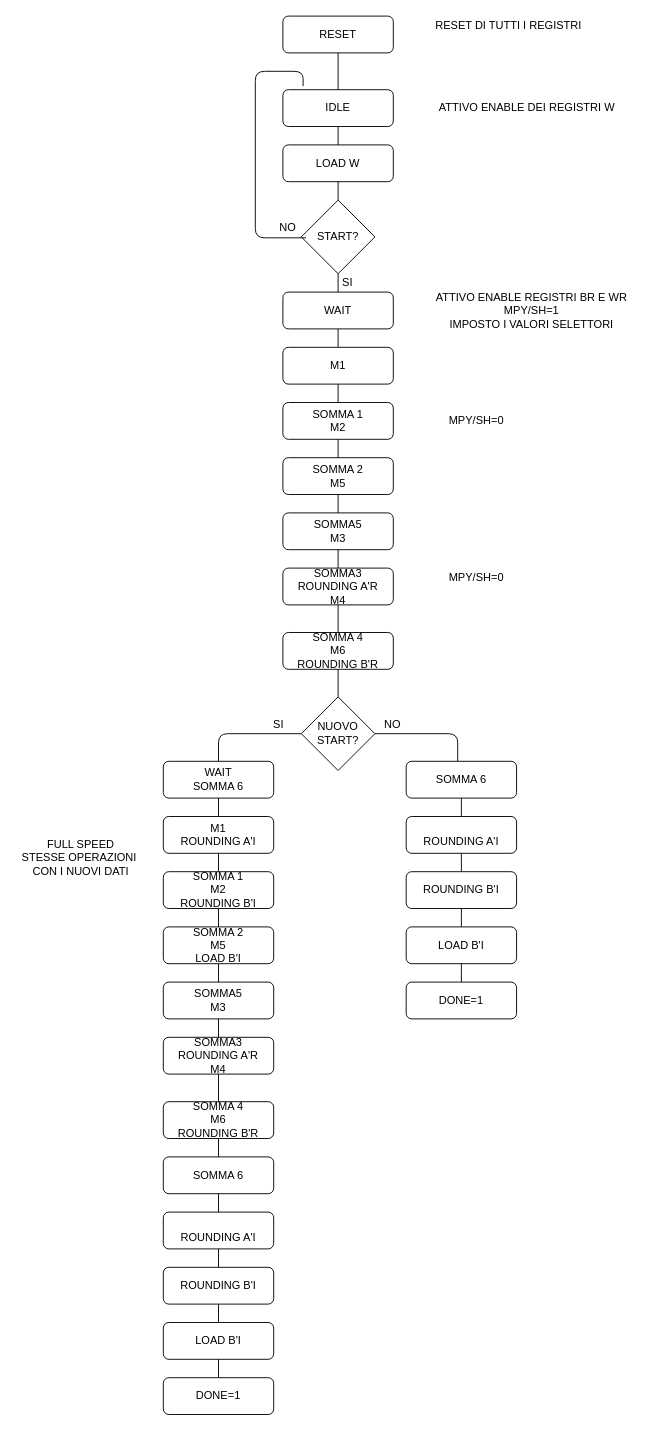
Before: butterfly/drawio/pallogramma butterfly.drawio in wackozz/SDI_20_21, a draw.io diagram. Source tidied: cells renumbered, new cells numbered last; positions are measured from the earlier drawing's top-left corner, leaving out a move shared by most shapes. Both pictures are drawn from the tidied source at 92%, with x=0, y=0 at pixel (16, 16).
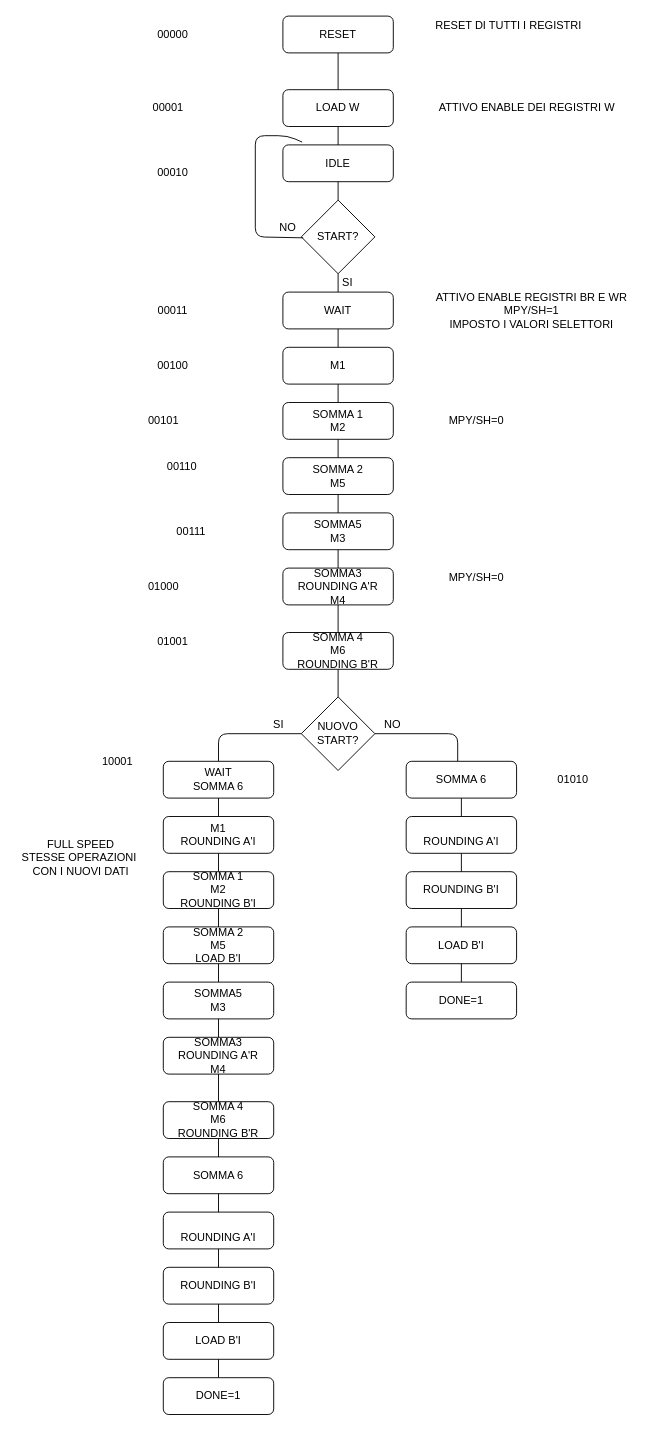
After the change.

Unchanged cells that the change refers to:
```xml
<mxCell id="5" value="NO" style="text;html=1;align=center;verticalAlign=middle;points=[];" parent="1" vertex="1">
  <mxGeometry x="280" y="220" width="30" height="20" as="geometry" />
</mxCell>
```

What changed in the source:
```diff
@@
-    <mxCell id="2" value="LOAD W" style="rounded=1;whiteSpace=wrap;html=1;" parent="1" vertex="1">
+    <mxCell id="2" value="IDLE" style="rounded=1;whiteSpace=wrap;html=1;" parent="1" vertex="1">
       <mxGeometry x="290" y="140" width="120" height="40" as="geometry" />
     </mxCell>
@@
-    <mxCell id="52" value="IDLE" style="rounded=1;whiteSpace=wrap;html=1;" parent="1" vertex="1">
+    <mxCell id="52" value="LOAD W" style="rounded=1;whiteSpace=wrap;html=1;" parent="1" vertex="1">
       <mxGeometry x="290" y="80" width="120" height="40" as="geometry" />
     </mxCell>
@@
-    <mxCell id="55" style="endArrow=none;html=1;exitX=1.167;exitY=1.05;exitDx=0;exitDy=0;exitPerimeter=0;entryX=0.183;entryY=-0.1;entryDx=0;entryDy=0;entryPerimeter=0;" parent="1" edge="1" source="5" target="52">
-      <mxGeometry relative="1" as="geometry">
-        <Array as="points">
-          <mxPoint x="260" y="241" />
-          <mxPoint x="260" y="60" />
-          <mxPoint x="312" y="60" />
-        </Array>
-      </mxGeometry>
-    </mxCell>
@@
+    <mxCell id="70" value="00000" style="text;html=1;align=center;verticalAlign=middle;" parent="1" vertex="1">
+      <mxGeometry x="145" y="10" width="50" height="20" as="geometry" />
+    </mxCell>
+    <mxCell id="71" value="00001" style="text;html=1;align=center;verticalAlign=middle;" parent="1" vertex="1">
+      <mxGeometry x="140" y="90" width="50" height="20" as="geometry" />
+    </mxCell>
+    <mxCell id="72" value="00010" style="text;html=1;align=center;verticalAlign=middle;" parent="1" vertex="1">
+      <mxGeometry x="145" y="160" width="50" height="20" as="geometry" />
+    </mxCell>
+    <mxCell id="73" value="00011" style="text;html=1;align=center;verticalAlign=middle;" parent="1" vertex="1">
+      <mxGeometry x="145" y="310" width="50" height="20" as="geometry" />
+    </mxCell>
+    <mxCell id="74" value="00100" style="text;html=1;align=center;verticalAlign=middle;" parent="1" vertex="1">
+      <mxGeometry x="145" y="370" width="50" height="20" as="geometry" />
+    </mxCell>
+    <mxCell id="75" style="endArrow=none;html=1;exitX=1.067;exitY=1.05;exitDx=0;exitDy=0;exitPerimeter=0;entryX=0.175;entryY=-0.075;entryDx=0;entryDy=0;entryPerimeter=0;" parent="1" edge="1" source="5" target="2">
+      <mxGeometry relative="1" as="geometry">
+        <Array as="points">
+          <mxPoint x="260" y="240" />
+          <mxPoint x="260" y="130" />
+          <mxPoint x="295" y="130" />
+        </Array>
+      </mxGeometry>
+    </mxCell>
+    <mxCell id="76" value="00101" style="text;html=1;align=center;verticalAlign=middle;" parent="1" vertex="1">
+      <mxGeometry x="135" y="430" width="50" height="20" as="geometry" />
+    </mxCell>
+    <mxCell id="77" value="00110" style="text;html=1;align=center;verticalAlign=middle;" parent="1" vertex="1">
+      <mxGeometry x="155" y="480" width="50" height="20" as="geometry" />
+    </mxCell>
+    <mxCell id="78" value="00111" style="text;html=1;align=center;verticalAlign=middle;" parent="1" vertex="1">
+      <mxGeometry x="165" y="550" width="50" height="20" as="geometry" />
+    </mxCell>
+    <mxCell id="79" value="01000" style="text;html=1;align=center;verticalAlign=middle;" parent="1" vertex="1">
+      <mxGeometry x="135" y="610" width="50" height="20" as="geometry" />
+    </mxCell>
+    <mxCell id="80" value="01001" style="text;html=1;align=center;verticalAlign=middle;" parent="1" vertex="1">
+      <mxGeometry x="145" y="670" width="50" height="20" as="geometry" />
+    </mxCell>
+    <mxCell id="81" value="01010" style="text;html=1;align=center;verticalAlign=middle;" parent="1" vertex="1">
+      <mxGeometry x="580" y="820" width="50" height="20" as="geometry" />
+    </mxCell>
+    <mxCell id="82" value="10001" style="text;html=1;align=center;verticalAlign=middle;" parent="1" vertex="1">
+      <mxGeometry x="85" y="800" width="50" height="20" as="geometry" />
+    </mxCell>
```
